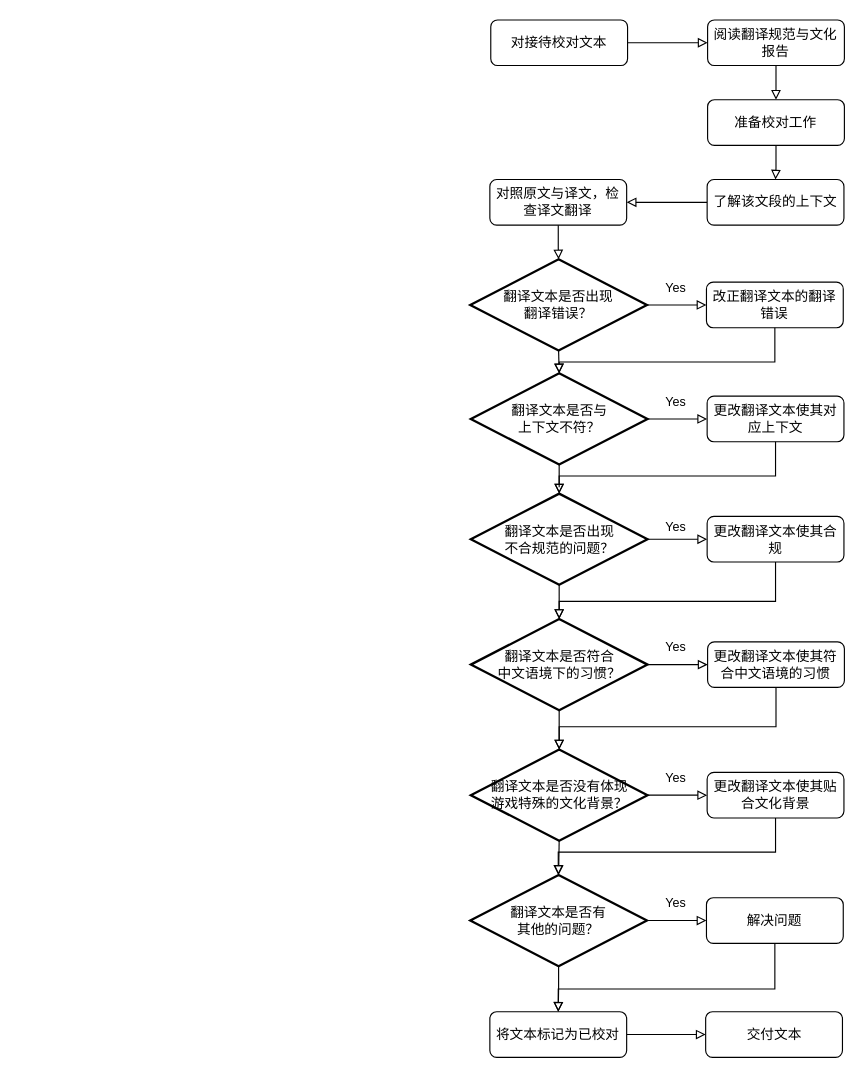
This is 校对流程图.drawio from icemeowzhi/bach_final_diags, a draw.io file, before an edit. Source tidied: cells renumbered, new cells numbered last; positions are measured from the earlier drawing's top-left corner, leaving out a move shared by most shapes. Both pictures are drawn from the tidied source at 114%, with x=0, y=0 at pixel (470, 19).
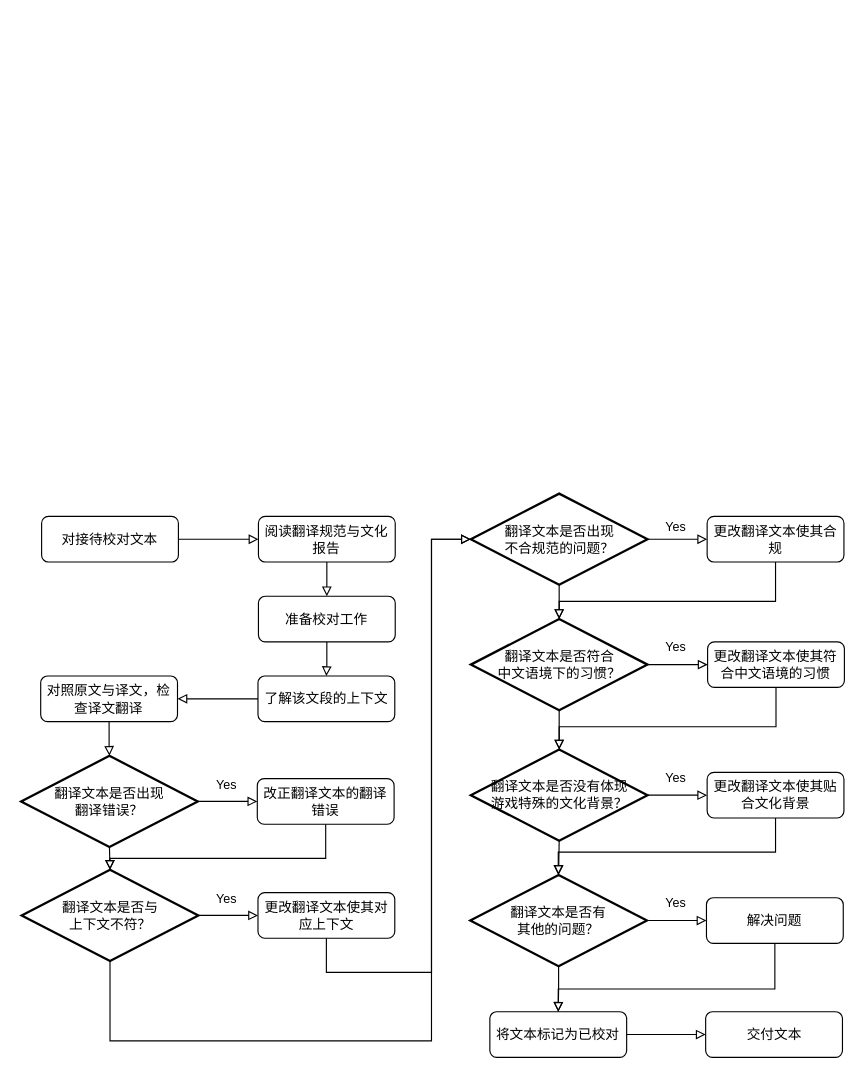
The same diagram, later.

Commit message:
更新校对流程图.drawio

The change refers to these unchanged cells:
```xml
<mxCell id="17" value="&lt;div&gt;翻译文本是否出现&lt;/div&gt;&lt;div&gt;不合规范的问题？&lt;/div&gt;" style="strokeWidth=2;html=1;shape=mxgraph.flowchart.decision;whiteSpace=wrap;" parent="1" vertex="1">
  <mxGeometry x="0.5" y="415.5" width="155" height="80" as="geometry" />
</mxCell>
```

What changed in the source:
```diff
@@
     <mxCell id="3" value="对接待校对文本" style="rounded=1;whiteSpace=wrap;html=1;fontSize=12;glass=0;strokeWidth=1;shadow=0;" parent="1" vertex="1">
-      <mxGeometry x="18" width="120" height="40" as="geometry" />
+      <mxGeometry x="-376" y="435.5" width="120" height="40" as="geometry" />
     </mxCell>
@@
     <mxCell id="5" value="阅读翻译规范与文化报告" style="rounded=1;whiteSpace=wrap;html=1;fontSize=12;glass=0;strokeWidth=1;shadow=0;" parent="1" vertex="1">
-      <mxGeometry x="208.2" width="120" height="40" as="geometry" />
+      <mxGeometry x="-185.8" y="435.5" width="120" height="40" as="geometry" />
     </mxCell>
@@
     <mxCell id="7" value="准备校对工作" style="rounded=1;whiteSpace=wrap;html=1;fontSize=12;glass=0;strokeWidth=1;shadow=0;" parent="1" vertex="1">
-      <mxGeometry x="208.2" y="70" width="120" height="40" as="geometry" />
+      <mxGeometry x="-185.8" y="505.5" width="120" height="40" as="geometry" />
     </mxCell>
@@
     <mxCell id="9" value="&lt;div&gt;翻译文本是否出现&lt;/div&gt;&lt;div&gt;翻译错误？&lt;/div&gt;" style="strokeWidth=2;html=1;shape=mxgraph.flowchart.decision;whiteSpace=wrap;" parent="1" vertex="1">
-      <mxGeometry y="210" width="155" height="80" as="geometry" />
+      <mxGeometry x="-394" y="645.5" width="155" height="80" as="geometry" />
     </mxCell>
     <mxCell id="10" value="对照原文与译文，检查译文翻译" style="rounded=1;whiteSpace=wrap;html=1;fontSize=12;glass=0;strokeWidth=1;shadow=0;" parent="1" vertex="1">
-      <mxGeometry x="17.2" y="140" width="120" height="40" as="geometry" />
+      <mxGeometry x="-376.8" y="575.5" width="120" height="40" as="geometry" />
     </mxCell>
@@
     <mxCell id="21" value="了解该文段的上下文" style="rounded=1;whiteSpace=wrap;html=1;fontSize=12;glass=0;strokeWidth=1;shadow=0;" parent="1" vertex="1">
-      <mxGeometry x="207.8" y="140" width="120" height="40" as="geometry" />
+      <mxGeometry x="-186.2" y="575.5" width="120" height="40" as="geometry" />
     </mxCell>
@@
     <mxCell id="23" value="&lt;div&gt;翻译文本是否与&lt;/div&gt;&lt;div&gt;上下文不符？&lt;/div&gt;" style="strokeWidth=2;html=1;shape=mxgraph.flowchart.decision;whiteSpace=wrap;" parent="1" vertex="1">
-      <mxGeometry x="0.5" y="310" width="155" height="80" as="geometry" />
+      <mxGeometry x="-393.5" y="745.5" width="155" height="80" as="geometry" />
     </mxCell>
@@
     <mxCell id="28" value="改正翻译文本的翻译错误" style="rounded=1;whiteSpace=wrap;html=1;fontSize=12;glass=0;strokeWidth=1;shadow=0;" parent="1" vertex="1">
-      <mxGeometry x="207.2" y="230" width="120" height="40" as="geometry" />
+      <mxGeometry x="-186.8" y="665.5" width="120" height="40" as="geometry" />
     </mxCell>
     <mxCell id="29" value="更改翻译文本使其对应上下文" style="rounded=1;whiteSpace=wrap;html=1;fontSize=12;glass=0;strokeWidth=1;shadow=0;" parent="1" vertex="1">
-      <mxGeometry x="207.8" y="330" width="120" height="40" as="geometry" />
+      <mxGeometry x="-186.2" y="765.5" width="120" height="40" as="geometry" />
     </mxCell>
@@
-    <mxCell id="38" style="edgeStyle=orthogonalEdgeStyle;rounded=0;jettySize=auto;html=1;entryX=0.5;entryY=0;entryDx=0;entryDy=0;entryPerimeter=0;strokeColor=default;align=center;verticalAlign=middle;fontFamily=Helvetica;fontSize=11;fontColor=default;labelBackgroundColor=default;endArrow=block;endFill=0;" parent="1" edge="1" source="23" target="17">
-      <mxGeometry relative="1" as="geometry" />
+    <mxCell id="38" style="edgeStyle=orthogonalEdgeStyle;rounded=0;jettySize=auto;html=1;entryX=0;entryY=0.5;entryDx=0;entryDy=0;entryPerimeter=0;strokeColor=default;align=center;verticalAlign=middle;fontFamily=Helvetica;fontSize=11;fontColor=default;labelBackgroundColor=default;endArrow=block;endFill=0;exitX=0.5;exitY=1;exitDx=0;exitDy=0;exitPerimeter=0;" parent="1" edge="1" source="23" target="17">
+      <mxGeometry relative="1" as="geometry">
+        <Array as="points">
+          <mxPoint x="-316" y="895.5" />
+          <mxPoint x="-34" y="895.5" />
+          <mxPoint x="-34" y="455.5" />
+        </Array>
+      </mxGeometry>
     </mxCell>
@@
-    <mxCell id="43" style="edgeStyle=orthogonalEdgeStyle;rounded=0;jettySize=auto;html=1;entryX=0.5;entryY=0;entryDx=0;entryDy=0;entryPerimeter=0;strokeColor=default;align=center;verticalAlign=middle;fontFamily=Helvetica;fontSize=11;fontColor=default;labelBackgroundColor=default;endArrow=block;endFill=0;" parent="1" edge="1" source="29" target="17">
+    <mxCell id="43" style="edgeStyle=orthogonalEdgeStyle;rounded=0;jettySize=auto;html=1;entryX=0;entryY=0.5;entryDx=0;entryDy=0;entryPerimeter=0;strokeColor=default;align=center;verticalAlign=middle;fontFamily=Helvetica;fontSize=11;fontColor=default;labelBackgroundColor=default;endArrow=block;endFill=0;" parent="1" edge="1" source="29" target="17">
       <mxGeometry relative="1" as="geometry">
         <Array as="points">
-          <mxPoint x="267.2" y="400" />
-          <mxPoint x="78.2" y="400" />
+          <mxPoint x="-126" y="835.5" />
+          <mxPoint x="-34" y="835.5" />
+          <mxPoint x="-34" y="455.5" />
         </Array>
       </mxGeometry>
     </mxCell>
     <mxCell id="44" style="edgeStyle=orthogonalEdgeStyle;rounded=0;jettySize=auto;html=1;entryX=0.5;entryY=0;entryDx=0;entryDy=0;entryPerimeter=0;strokeColor=default;align=center;verticalAlign=middle;fontFamily=Helvetica;fontSize=11;fontColor=default;labelBackgroundColor=default;endArrow=block;endFill=0;" parent="1" edge="1" source="28" target="23">
       <mxGeometry relative="1" as="geometry">
         <Array as="points">
-          <mxPoint x="267.2" y="300" />
-          <mxPoint x="78.2" y="300" />
+          <mxPoint x="-126.8" y="735.5" />
+          <mxPoint x="-315.8" y="735.5" />
         </Array>
       </mxGeometry>
     </mxCell>
     <mxCell id="45" value="Yes" style="text;html=1;align=center;verticalAlign=middle;strokeColor=none;fillColor=none;fontFamily=Helvetica;fontSize=11;fontColor=default;labelBackgroundColor=default;" parent="1" vertex="1">
-      <mxGeometry x="160" y="220" width="40" height="30" as="geometry" />
+      <mxGeometry x="-234" y="655.5" width="40" height="30" as="geometry" />
     </mxCell>
     <mxCell id="46" value="Yes" style="text;html=1;align=center;verticalAlign=middle;strokeColor=none;fillColor=none;fontFamily=Helvetica;fontSize=11;fontColor=default;labelBackgroundColor=default;" parent="1" vertex="1">
-      <mxGeometry x="160" y="320" width="40" height="30" as="geometry" />
+      <mxGeometry x="-234" y="755.5" width="40" height="30" as="geometry" />
     </mxCell>
```
